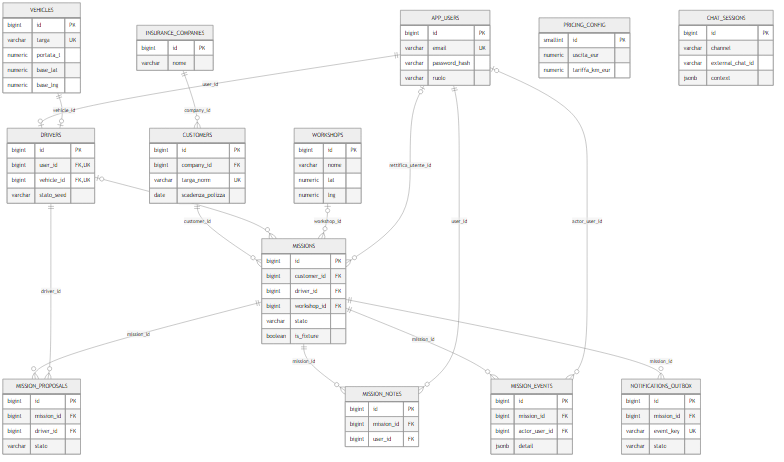
The Mermaid diagram docs/diagrams/rendered/database_er.png in coluccimarco/fornitori-soccorso, before a commit. Its source is kept beside it as docs/diagrams/database_er.mmd.
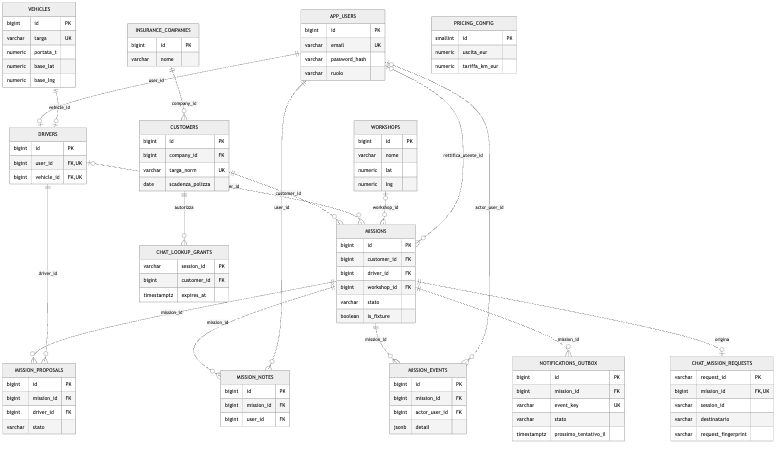
The same file after the commit.

Diff of the diagram source:
```diff
@@ -23,7 +23,6 @@
         bigint id PK
         bigint user_id FK,UK
         bigint vehicle_id FK,UK
-        varchar stato_seed
     }
     VEHICLES {
         bigint id PK
@@ -78,15 +77,24 @@
         bigint actor_user_id FK
         jsonb detail
     }
-    CHAT_SESSIONS {
-        bigint id PK
-        varchar channel
-        varchar external_chat_id
-        jsonb context
+    CHAT_MISSION_REQUESTS {
+        varchar request_id PK
+        bigint mission_id FK,UK
+        varchar session_id
+        varchar destinatario
+        varchar request_fingerprint
+    }
+    CHAT_LOOKUP_GRANTS {
+        varchar session_id PK
+        bigint customer_id FK
+        timestamptz expires_at
     }
     NOTIFICATIONS_OUTBOX {
         bigint id PK
         bigint mission_id FK
         varchar event_key UK
         varchar stato
+        timestamptz prossimo_tentativo_il
     }
+    MISSIONS ||--o| CHAT_MISSION_REQUESTS : origina
+    CUSTOMERS ||--o{ CHAT_LOOKUP_GRANTS : autorizza
```
